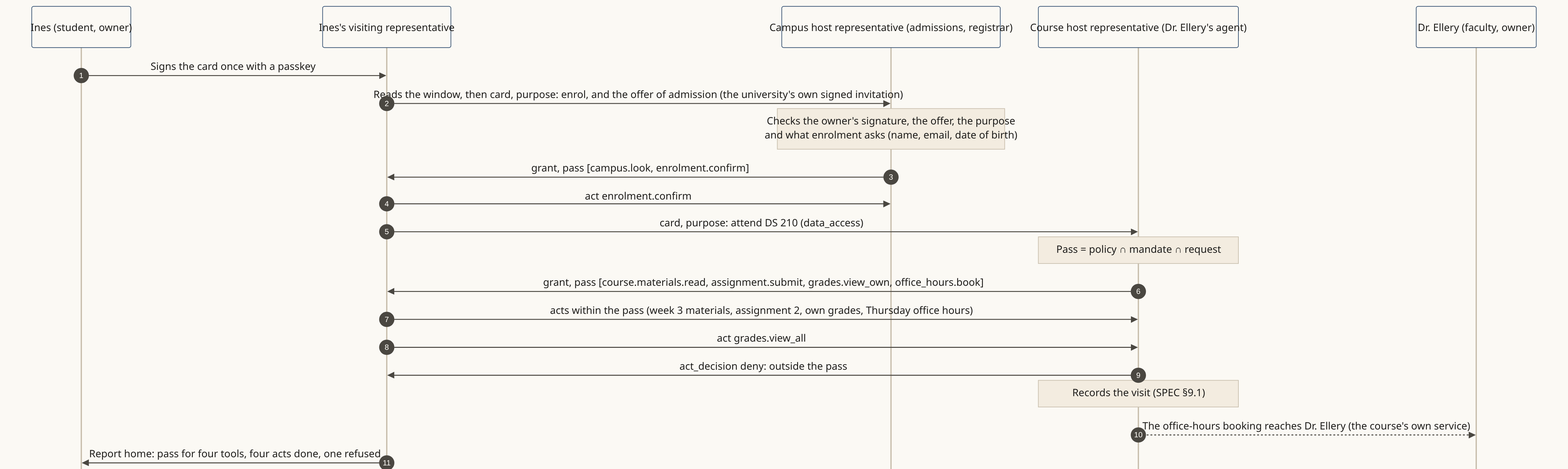
Kigenka/shokai keeps this Mermaid diagram as docs/diagrams/png/example-university.png. Above is the earlier version. Its source is kept beside it as docs/diagrams/src/example-university.mmd.
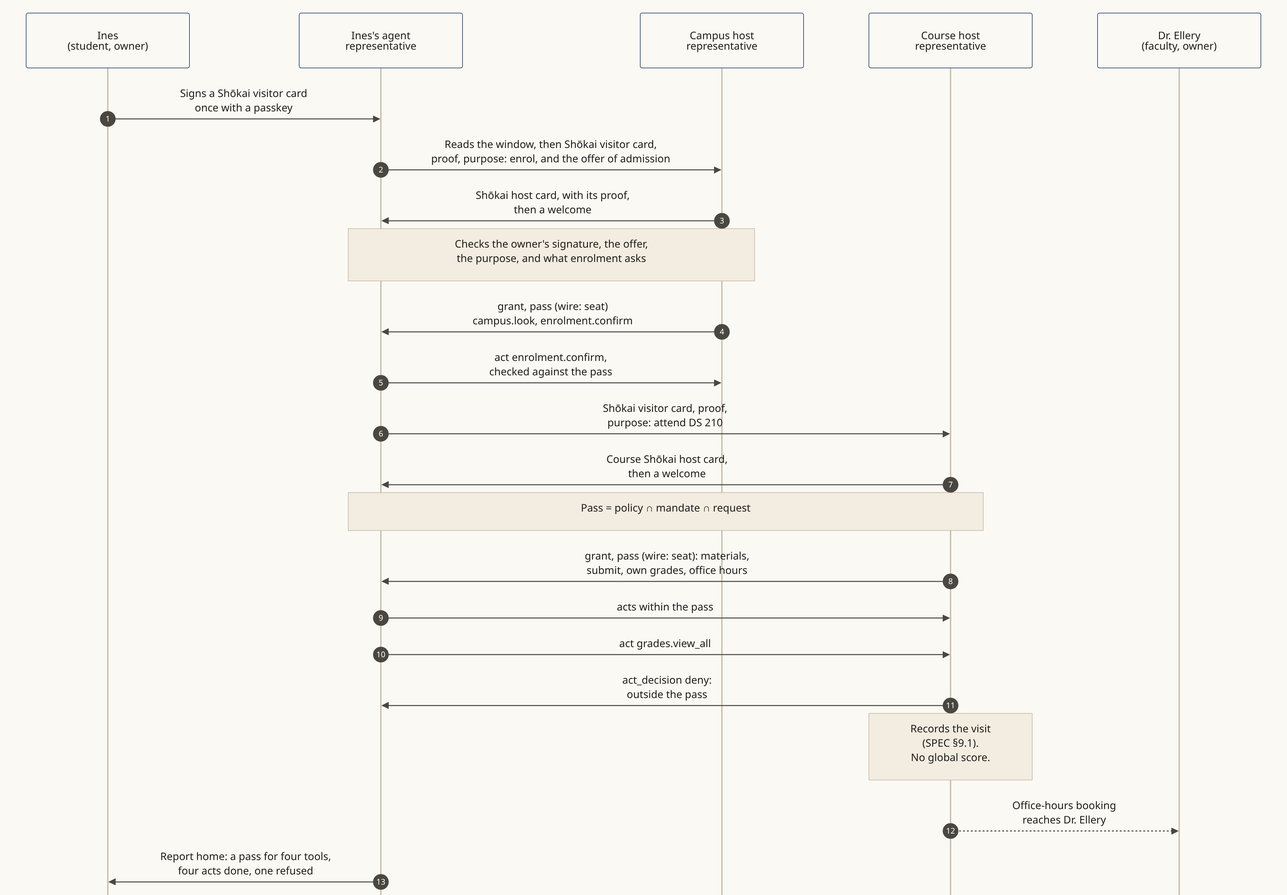
After the change.

The edit, as a diff of the source:
```diff
@@ -1,21 +1,23 @@
 sequenceDiagram
   autonumber
-  participant IM as Ines (student, owner)
-  participant R as Ines's visiting representative
-  participant C as Campus host representative (admissions, registrar)
-  participant D as Course host representative (Dr. Ellery's agent)
-  participant HE as Dr. Ellery (faculty, owner)
-  IM->>R: Signs the card once with a passkey
-  R->>C: Reads the window, then card, purpose: enrol, and the offer of admission (the university's own signed invitation)
-  Note over C: Checks the owner's signature, the offer, the purpose<br/>and what enrolment asks (name, email, date of birth)
-  C->>R: grant, seat [campus.look, enrolment.confirm]
-  R->>C: act enrolment.confirm
-  R->>D: card, purpose: attend DS 210 (data_access)
-  Note over D: Pass = policy ∩ mandate ∩ request
-  D->>R: grant, seat [course.materials.read, assignment.submit, grades.view_own, office_hours.book]
-  R->>D: acts within the pass (week 3 materials, assignment 2, own grades, Thursday office hours)
+  participant IM as Ines<br/>(student, owner)
+  participant R as Ines's agent<br/>representative
+  participant C as Campus host<br/>representative
+  participant D as Course host<br/>representative
+  participant HE as Dr. Ellery<br/>(faculty, owner)
+  IM->>R: Signs a Shōkai visitor card<br/>once with a passkey
+  R->>C: Reads the window, then Shōkai visitor card,<br/>proof, purpose: enrol, and the offer of admission
+  C->>R: Shōkai host card, with its proof,<br/>then a welcome
+  Note over R,C: Checks the owner's signature, the offer,<br/>the purpose, and what enrolment asks
+  C->>R: grant, pass (wire: seat)<br/>campus.look, enrolment.confirm
+  R->>C: act enrolment.confirm,<br/>checked against the pass
+  R->>D: Shōkai visitor card, proof,<br/>purpose: attend DS 210
+  D->>R: Course Shōkai host card,<br/>then a welcome
+  Note over R,D: Pass = policy ∩ mandate ∩ request
+  D->>R: grant, pass (wire: seat): materials,<br/>submit, own grades, office hours
+  R->>D: acts within the pass
   R->>D: act grades.view_all
-  D->>R: act_decision deny: outside the seat
-  Note over D: Records the visit (SPEC §9.1)
-  D-->>HE: The office-hours booking reaches Dr. Ellery (the course's own service)
-  R->>IM: Report home: seated for four tools, four acts done, one refused
+  D->>R: act_decision deny:<br/>outside the pass
+  Note over D: Records the visit<br/>(SPEC §9.1).<br/>No global score.
+  D-->>HE: Office-hours booking<br/>reaches Dr. Ellery
+  R->>IM: Report home: a pass for four tools,<br/>four acts done, one refused
```
